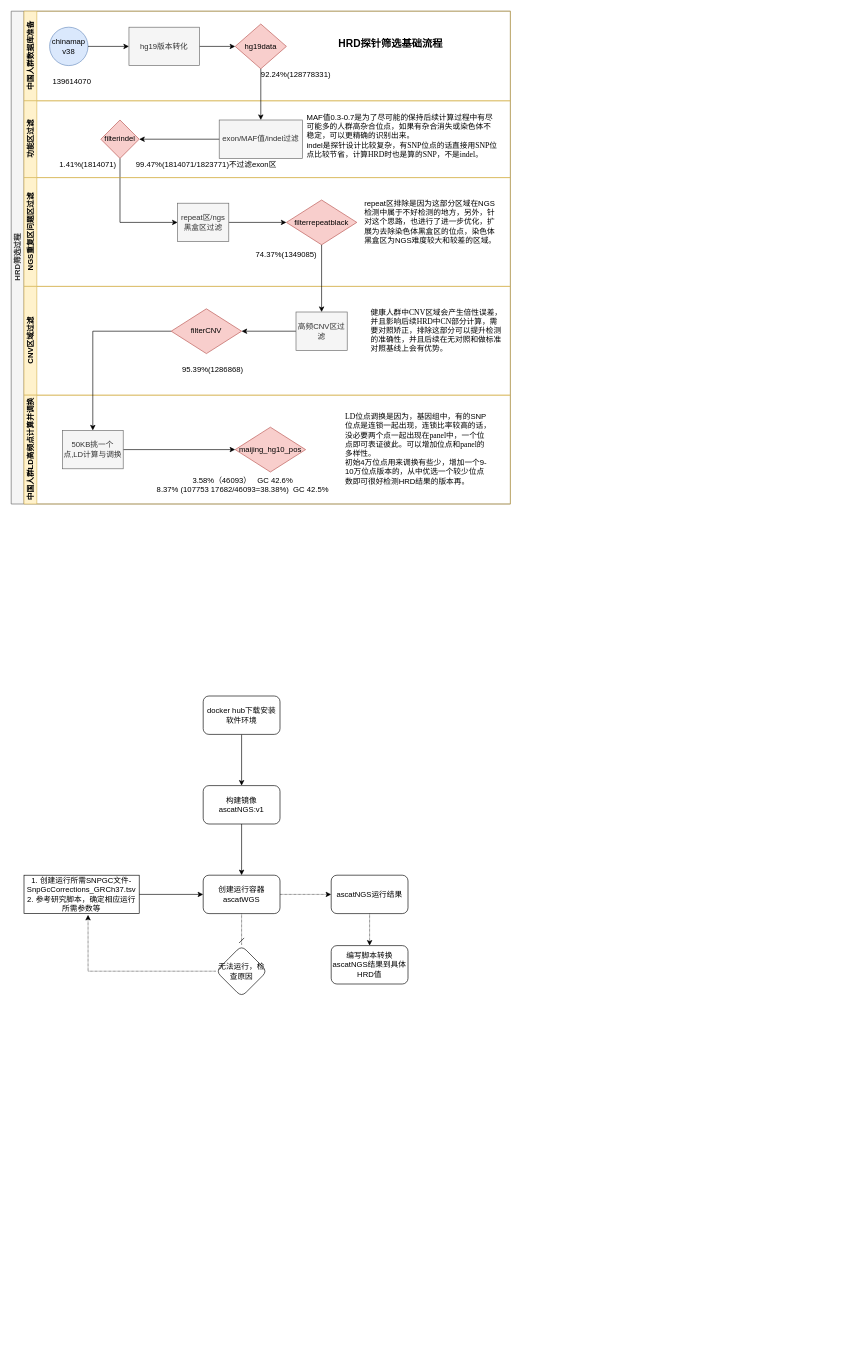
Above: HRD_shaixuan_Diagram.drawio in kkshaxqd/pipline_contral (draw.io), before the change. Source tidied: cells renumbered, new cells numbered last; positions are measured from the earlier drawing's top-left corner, leaving out a move shared by most shapes. Both pictures are drawn from the tidied source at 64%, with x=0, y=0 at pixel (11, 11).
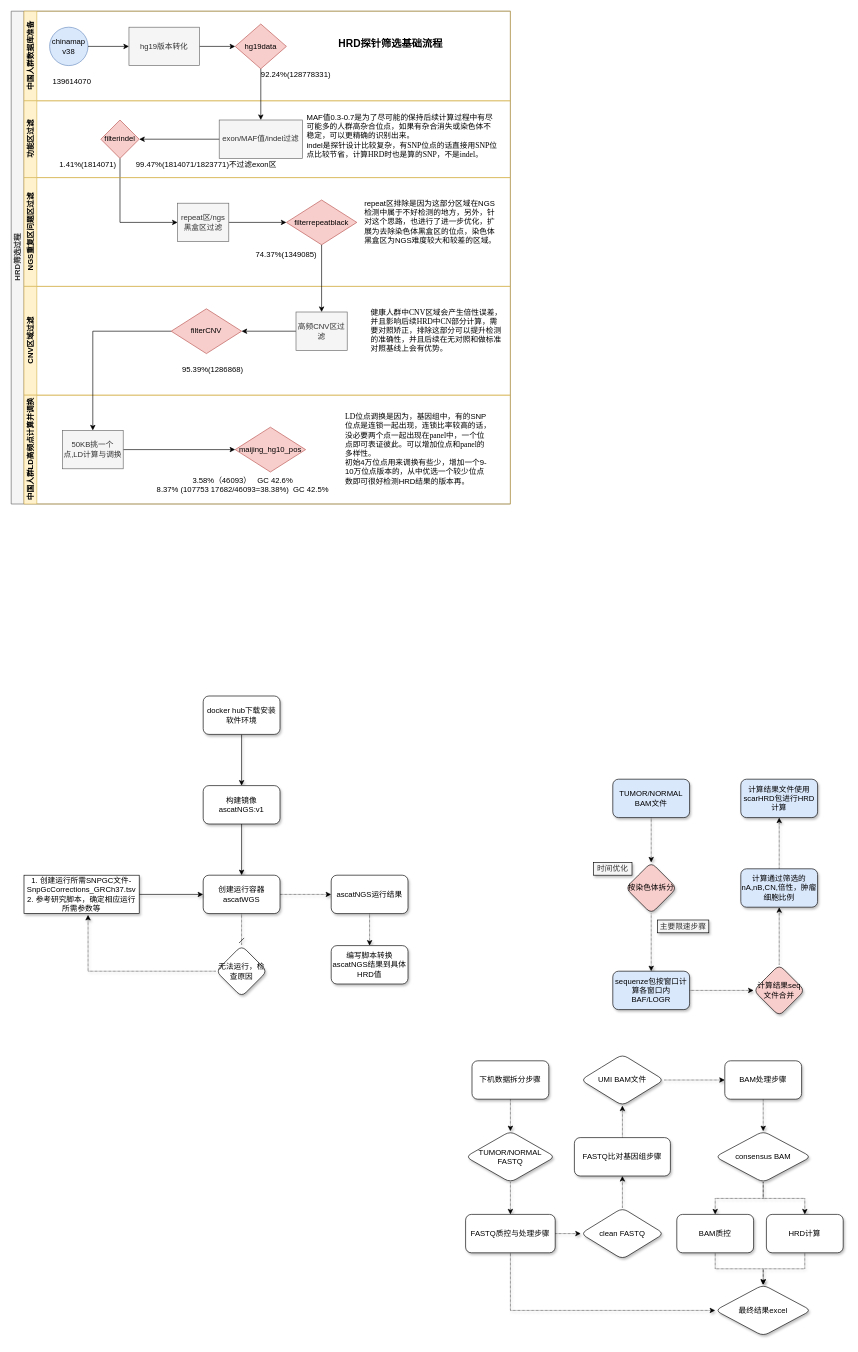
The same diagram, later.

Diff of the diagram source:
```diff
@@
-    <mxCell id="41" style="edgeStyle=orthogonalEdgeStyle;rounded=0;jettySize=auto;html=1;" parent="1" edge="1" source="42" target="44">
+    <mxCell id="41" style="edgeStyle=orthogonalEdgeStyle;rounded=0;jettySize=auto;html=1;shadow=1;" parent="1" edge="1" source="42" target="44">
       <mxGeometry relative="1" as="geometry" />
     </mxCell>
-    <mxCell id="42" value="docker hub下载安装软件环境" style="rounded=1;whiteSpace=wrap;html=1;" parent="1" vertex="1">
+    <mxCell id="42" value="docker hub下载安装软件环境" style="rounded=1;whiteSpace=wrap;html=1;shadow=1;" parent="1" vertex="1">
       <mxGeometry x="300" y="1070" width="120" height="60" as="geometry" />
     </mxCell>
-    <mxCell id="43" style="edgeStyle=orthogonalEdgeStyle;rounded=0;jettySize=auto;html=1;" parent="1" edge="1" source="44" target="47">
+    <mxCell id="43" style="edgeStyle=orthogonalEdgeStyle;rounded=0;jettySize=auto;html=1;shadow=1;" parent="1" edge="1" source="44" target="47">
       <mxGeometry relative="1" as="geometry" />
     </mxCell>
-    <mxCell id="44" value="构建镜像ascatNGS:v1" style="whiteSpace=wrap;html=1;rounded=1;" parent="1" vertex="1">
+    <mxCell id="44" value="构建镜像ascatNGS:v1" style="whiteSpace=wrap;html=1;rounded=1;shadow=1;" parent="1" vertex="1">
       <mxGeometry x="300" y="1210" width="120" height="60" as="geometry" />
     </mxCell>
-    <mxCell id="45" style="edgeStyle=orthogonalEdgeStyle;rounded=0;jettySize=auto;html=1;dashed=1;dashPattern=1 1;endArrow=dash;endFill=0;" parent="1" edge="1" source="47" target="51">
+    <mxCell id="45" style="edgeStyle=orthogonalEdgeStyle;rounded=0;jettySize=auto;html=1;dashed=1;dashPattern=1 1;endArrow=dash;endFill=0;shadow=1;" parent="1" edge="1" source="47" target="51">
       <mxGeometry relative="1" as="geometry" />
     </mxCell>
-    <mxCell id="46" style="edgeStyle=orthogonalEdgeStyle;rounded=0;jettySize=auto;html=1;dashed=1;dashPattern=1 1;endArrow=classic;endFill=1;" parent="1" edge="1" source="47" target="53">
+    <mxCell id="46" style="edgeStyle=orthogonalEdgeStyle;rounded=0;jettySize=auto;html=1;dashed=1;dashPattern=1 1;endArrow=classic;endFill=1;shadow=1;" parent="1" edge="1" source="47" target="53">
       <mxGeometry relative="1" as="geometry" />
     </mxCell>
-    <mxCell id="47" value="创建运行容器&lt;br&gt;ascatWGS" style="whiteSpace=wrap;html=1;rounded=1;" parent="1" vertex="1">
+    <mxCell id="47" value="创建运行容器&lt;br&gt;ascatWGS" style="whiteSpace=wrap;html=1;rounded=1;shadow=1;" parent="1" vertex="1">
       <mxGeometry x="300" y="1350" width="120" height="60" as="geometry" />
     </mxCell>
-    <mxCell id="48" style="edgeStyle=orthogonalEdgeStyle;rounded=0;jettySize=auto;html=1;entryX=0;entryY=0.5;entryDx=0;entryDy=0;" parent="1" edge="1" source="49" target="47">
+    <mxCell id="48" style="edgeStyle=orthogonalEdgeStyle;rounded=0;jettySize=auto;html=1;entryX=0;entryY=0.5;entryDx=0;entryDy=0;shadow=1;" parent="1" edge="1" source="49" target="47">
       <mxGeometry relative="1" as="geometry" />
     </mxCell>
-    <mxCell id="49" value="1. 创建运行所需SNPGC文件-SnpGcCorrections_GRCh37.tsv&lt;br&gt;2. 参考研究脚本，确定相应运行所需参数等" style="rounded=0;whiteSpace=wrap;html=1;" parent="1" vertex="1">
+    <mxCell id="49" value="1. 创建运行所需SNPGC文件-SnpGcCorrections_GRCh37.tsv&lt;br&gt;2. 参考研究脚本，确定相应运行所需参数等" style="rounded=0;whiteSpace=wrap;html=1;shadow=1;" parent="1" vertex="1">
       <mxGeometry x="20" y="1350" width="180" height="60" as="geometry" />
     </mxCell>
-    <mxCell id="50" style="edgeStyle=orthogonalEdgeStyle;rounded=0;jettySize=auto;html=1;entryX=0.556;entryY=1.033;entryDx=0;entryDy=0;entryPerimeter=0;dashed=1;dashPattern=1 1;endArrow=classic;endFill=1;" parent="1" edge="1" source="51" target="49">
+    <mxCell id="50" style="edgeStyle=orthogonalEdgeStyle;rounded=0;jettySize=auto;html=1;entryX=0.556;entryY=1.033;entryDx=0;entryDy=0;entryPerimeter=0;dashed=1;dashPattern=1 1;endArrow=classic;endFill=1;shadow=1;" parent="1" edge="1" source="51" target="49">
       <mxGeometry relative="1" as="geometry" />
     </mxCell>
-    <mxCell id="51" value="无法运行，检查原因" style="rhombus;whiteSpace=wrap;html=1;rounded=1;" parent="1" vertex="1">
+    <mxCell id="51" value="无法运行，检查原因" style="rhombus;whiteSpace=wrap;html=1;rounded=1;shadow=1;" parent="1" vertex="1">
       <mxGeometry x="320" y="1460" width="80" height="80" as="geometry" />
     </mxCell>
-    <mxCell id="52" style="edgeStyle=orthogonalEdgeStyle;rounded=0;jettySize=auto;html=1;dashed=1;dashPattern=1 1;endArrow=classic;endFill=1;" parent="1" edge="1" source="53" target="54">
+    <mxCell id="52" style="edgeStyle=orthogonalEdgeStyle;rounded=0;jettySize=auto;html=1;dashed=1;dashPattern=1 1;endArrow=classic;endFill=1;shadow=1;" parent="1" edge="1" source="53" target="54">
       <mxGeometry relative="1" as="geometry" />
     </mxCell>
-    <mxCell id="53" value="ascatNGS运行结果" style="whiteSpace=wrap;html=1;rounded=1;" parent="1" vertex="1">
+    <mxCell id="53" value="ascatNGS运行结果" style="whiteSpace=wrap;html=1;rounded=1;shadow=1;" parent="1" vertex="1">
       <mxGeometry x="500" y="1350" width="120" height="60" as="geometry" />
     </mxCell>
-    <mxCell id="54" value="编写脚本转换ascatNGS结果到具体HRD值" style="whiteSpace=wrap;html=1;rounded=1;" parent="1" vertex="1">
+    <mxCell id="54" value="编写脚本转换ascatNGS结果到具体HRD值" style="whiteSpace=wrap;html=1;rounded=1;shadow=1;" parent="1" vertex="1">
       <mxGeometry x="500" y="1460" width="120" height="60" as="geometry" />
     </mxCell>
+    <mxCell id="55" style="edgeStyle=orthogonalEdgeStyle;rounded=0;jettySize=auto;html=1;dashed=1;dashPattern=1 1;endArrow=classic;endFill=1;shadow=1;" parent="1" edge="1" source="56" target="58">
+      <mxGeometry relative="1" as="geometry" />
+    </mxCell>
+    <mxCell id="56" value="TUMOR/NORMAL BAM文件" style="rounded=1;whiteSpace=wrap;html=1;fillColor=#dae8fc;shadow=1;" parent="1" vertex="1">
+      <mxGeometry x="940" y="1200" width="120" height="60" as="geometry" />
+    </mxCell>
+    <mxCell id="57" style="edgeStyle=orthogonalEdgeStyle;rounded=0;jettySize=auto;html=1;dashed=1;dashPattern=1 1;endArrow=classic;endFill=1;shadow=1;" parent="1" edge="1" source="58" target="60">
+      <mxGeometry relative="1" as="geometry" />
+    </mxCell>
+    <mxCell id="58" value="按染色体拆分" style="rhombus;whiteSpace=wrap;html=1;rounded=1;fillColor=#f8cecc;shadow=1;" parent="1" vertex="1">
+      <mxGeometry x="960" y="1330" width="80" height="80" as="geometry" />
+    </mxCell>
+    <mxCell id="59" style="edgeStyle=orthogonalEdgeStyle;rounded=0;jettySize=auto;html=1;dashed=1;dashPattern=1 1;endArrow=classic;endFill=1;shadow=1;" parent="1" edge="1" source="60" target="62">
+      <mxGeometry relative="1" as="geometry" />
+    </mxCell>
+    <mxCell id="60" value="sequenze包按窗口计算各窗口内BAF/LOGR" style="whiteSpace=wrap;html=1;rounded=1;fillColor=#dae8fc;shadow=1;" parent="1" vertex="1">
+      <mxGeometry x="940" y="1500" width="120" height="60" as="geometry" />
+    </mxCell>
+    <mxCell id="61" style="edgeStyle=orthogonalEdgeStyle;rounded=0;jettySize=auto;html=1;dashed=1;dashPattern=1 1;endArrow=classic;endFill=1;shadow=1;" parent="1" edge="1" source="62" target="64">
+      <mxGeometry relative="1" as="geometry" />
+    </mxCell>
+    <mxCell id="62" value="计算结果seq文件合并" style="rhombus;whiteSpace=wrap;html=1;rounded=1;fillColor=#f8cecc;shadow=1;" parent="1" vertex="1">
+      <mxGeometry x="1160" y="1490" width="80" height="80" as="geometry" />
+    </mxCell>
+    <mxCell id="63" style="edgeStyle=orthogonalEdgeStyle;rounded=0;jettySize=auto;html=1;dashed=1;dashPattern=1 1;endArrow=classic;endFill=1;shadow=1;" parent="1" edge="1" source="64" target="65">
+      <mxGeometry relative="1" as="geometry" />
+    </mxCell>
+    <mxCell id="64" value="计算通过筛选的nA,nB,CN,倍性，肿瘤细胞比例" style="whiteSpace=wrap;html=1;rounded=1;fillColor=#dae8fc;shadow=1;" parent="1" vertex="1">
+      <mxGeometry x="1140" y="1340" width="120" height="60" as="geometry" />
+    </mxCell>
+    <mxCell id="65" value="计算结果文件使用scarHRD包进行HRD计算" style="whiteSpace=wrap;html=1;rounded=1;fillColor=#dae8fc;shadow=1;" parent="1" vertex="1">
+      <mxGeometry x="1140" y="1200" width="120" height="60" as="geometry" />
+    </mxCell>
+    <mxCell id="66" value="时间优化" style="text;html=1;fillColor=#f5f5f5;align=center;verticalAlign=middle;whiteSpace=wrap;rounded=0;fontColor=#333333;strokeColor=#000000;shadow=1;" parent="1" vertex="1">
+      <mxGeometry x="910" y="1330" width="60" height="20" as="geometry" />
+    </mxCell>
+    <mxCell id="67" value="主要限速步骤" style="text;html=1;fillColor=#f5f5f5;align=center;verticalAlign=middle;whiteSpace=wrap;rounded=0;fontColor=#333333;strokeColor=#000000;shadow=1;" parent="1" vertex="1">
+      <mxGeometry x="1010" y="1420" width="80" height="20" as="geometry" />
+    </mxCell>
+    <mxCell id="68" style="edgeStyle=orthogonalEdgeStyle;rounded=0;jettySize=auto;html=1;dashed=1;dashPattern=1 1;endArrow=classic;endFill=1;shadow=1;sketch=0;" parent="1" edge="1" source="69" target="71">
+      <mxGeometry relative="1" as="geometry" />
+    </mxCell>
+    <mxCell id="69" value="下机数据拆分步骤" style="rounded=1;whiteSpace=wrap;html=1;shadow=1;sketch=0;" parent="1" vertex="1">
+      <mxGeometry x="720" y="1640" width="120" height="60" as="geometry" />
+    </mxCell>
+    <mxCell id="70" style="edgeStyle=orthogonalEdgeStyle;rounded=0;jettySize=auto;html=1;dashed=1;dashPattern=1 1;endArrow=classic;endFill=1;strokeColor=#000000;shadow=1;sketch=0;" parent="1" edge="1" source="71" target="74">
+      <mxGeometry relative="1" as="geometry" />
+    </mxCell>
+    <mxCell id="71" value="TUMOR/NORMAL FASTQ" style="rhombus;whiteSpace=wrap;html=1;rounded=1;gradientColor=#ffffff;shadow=1;sketch=0;" parent="1" vertex="1">
+      <mxGeometry x="710" y="1750" width="140" height="80" as="geometry" />
+    </mxCell>
+    <mxCell id="72" style="edgeStyle=orthogonalEdgeStyle;rounded=0;jettySize=auto;html=1;dashed=1;dashPattern=1 1;endArrow=classic;endFill=1;strokeColor=#000000;shadow=1;sketch=0;" parent="1" edge="1" source="74" target="76">
+      <mxGeometry relative="1" as="geometry" />
+    </mxCell>
+    <mxCell id="73" style="edgeStyle=orthogonalEdgeStyle;rounded=0;sketch=0;jettySize=auto;html=1;entryX=0;entryY=0.5;entryDx=0;entryDy=0;shadow=1;dashed=1;dashPattern=1 1;endArrow=classic;endFill=1;strokeColor=#000000;" parent="1" edge="1" source="74" target="90">
+      <mxGeometry relative="1" as="geometry">
+        <Array as="points">
+          <mxPoint x="780" y="2030" />
+        </Array>
+      </mxGeometry>
+    </mxCell>
+    <mxCell id="74" value="FASTQ质控与处理步骤" style="whiteSpace=wrap;html=1;rounded=1;gradientColor=#ffffff;shadow=1;sketch=0;" parent="1" vertex="1">
+      <mxGeometry x="710" y="1880" width="140" height="60" as="geometry" />
+    </mxCell>
+    <mxCell id="75" style="edgeStyle=orthogonalEdgeStyle;rounded=0;jettySize=auto;html=1;dashed=1;dashPattern=1 1;endArrow=classic;endFill=1;strokeColor=#000000;shadow=1;sketch=0;" parent="1" edge="1" source="76" target="78">
+      <mxGeometry relative="1" as="geometry" />
+    </mxCell>
+    <mxCell id="76" value="clean FASTQ" style="rhombus;whiteSpace=wrap;html=1;rounded=1;gradientColor=#ffffff;shadow=1;sketch=0;" parent="1" vertex="1">
+      <mxGeometry x="890" y="1870" width="130" height="80" as="geometry" />
+    </mxCell>
+    <mxCell id="77" style="edgeStyle=orthogonalEdgeStyle;rounded=0;jettySize=auto;html=1;dashed=1;dashPattern=1 1;endArrow=classic;endFill=1;strokeColor=#000000;shadow=1;sketch=0;" parent="1" edge="1" source="78" target="80">
+      <mxGeometry relative="1" as="geometry" />
+    </mxCell>
+    <mxCell id="78" value="FASTQ比对基因组步骤" style="whiteSpace=wrap;html=1;rounded=1;gradientColor=#ffffff;shadow=1;sketch=0;" parent="1" vertex="1">
+      <mxGeometry x="880" y="1760" width="150" height="60" as="geometry" />
+    </mxCell>
+    <mxCell id="79" style="edgeStyle=orthogonalEdgeStyle;rounded=0;jettySize=auto;html=1;dashed=1;dashPattern=1 1;endArrow=classic;endFill=1;strokeColor=#000000;shadow=1;sketch=0;" parent="1" edge="1" source="80" target="82">
+      <mxGeometry relative="1" as="geometry" />
+    </mxCell>
+    <mxCell id="80" value="UMI BAM文件" style="rhombus;whiteSpace=wrap;html=1;rounded=1;gradientColor=#ffffff;shadow=1;sketch=0;" parent="1" vertex="1">
+      <mxGeometry x="890" y="1630" width="130" height="80" as="geometry" />
+    </mxCell>
+    <mxCell id="81" style="edgeStyle=orthogonalEdgeStyle;rounded=0;jettySize=auto;html=1;dashed=1;dashPattern=1 1;endArrow=classic;endFill=1;strokeColor=#000000;shadow=1;sketch=0;" parent="1" edge="1" source="82" target="85">
+      <mxGeometry relative="1" as="geometry" />
+    </mxCell>
+    <mxCell id="82" value="BAM处理步骤" style="whiteSpace=wrap;html=1;rounded=1;gradientColor=#ffffff;shadow=1;sketch=0;" parent="1" vertex="1">
+      <mxGeometry x="1115" y="1640" width="120" height="60" as="geometry" />
+    </mxCell>
+    <mxCell id="83" style="edgeStyle=orthogonalEdgeStyle;rounded=0;jettySize=auto;html=1;dashed=1;dashPattern=1 1;endArrow=classic;endFill=1;strokeColor=#000000;shadow=1;sketch=0;" parent="1" edge="1" source="85" target="87">
+      <mxGeometry relative="1" as="geometry" />
+    </mxCell>
+    <mxCell id="84" style="edgeStyle=orthogonalEdgeStyle;rounded=0;jettySize=auto;html=1;entryX=0.5;entryY=0;entryDx=0;entryDy=0;dashed=1;dashPattern=1 1;endArrow=classic;endFill=1;strokeColor=#000000;shadow=1;sketch=0;" parent="1" edge="1" source="85" target="89">
+      <mxGeometry relative="1" as="geometry" />
+    </mxCell>
+    <mxCell id="85" value="consensus BAM" style="rhombus;whiteSpace=wrap;html=1;rounded=1;gradientColor=#ffffff;shadow=1;sketch=0;" parent="1" vertex="1">
+      <mxGeometry x="1100" y="1750" width="150" height="80" as="geometry" />
+    </mxCell>
+    <mxCell id="86" style="edgeStyle=orthogonalEdgeStyle;rounded=0;sketch=0;jettySize=auto;html=1;shadow=1;dashed=1;dashPattern=1 1;endArrow=classic;endFill=1;strokeColor=#000000;" parent="1" edge="1" source="87" target="90">
+      <mxGeometry relative="1" as="geometry" />
+    </mxCell>
+    <mxCell id="87" value="BAM质控" style="whiteSpace=wrap;html=1;rounded=1;gradientColor=#ffffff;shadow=1;sketch=0;" parent="1" vertex="1">
+      <mxGeometry x="1040" y="1880" width="120" height="60" as="geometry" />
+    </mxCell>
+    <mxCell id="88" style="edgeStyle=orthogonalEdgeStyle;rounded=0;sketch=0;jettySize=auto;html=1;shadow=1;dashed=1;dashPattern=1 1;endArrow=classic;endFill=1;strokeColor=#000000;" parent="1" edge="1" source="89" target="90">
+      <mxGeometry relative="1" as="geometry" />
+    </mxCell>
+    <mxCell id="89" value="HRD计算" style="whiteSpace=wrap;html=1;rounded=1;gradientColor=#ffffff;shadow=1;sketch=0;" parent="1" vertex="1">
+      <mxGeometry x="1180" y="1880" width="120" height="60" as="geometry" />
+    </mxCell>
+    <mxCell id="90" value="最终结果excel" style="rhombus;whiteSpace=wrap;html=1;rounded=1;gradientColor=#ffffff;shadow=1;sketch=0;" parent="1" vertex="1">
+      <mxGeometry x="1100" y="1990" width="150" height="80" as="geometry" />
+    </mxCell>
```
